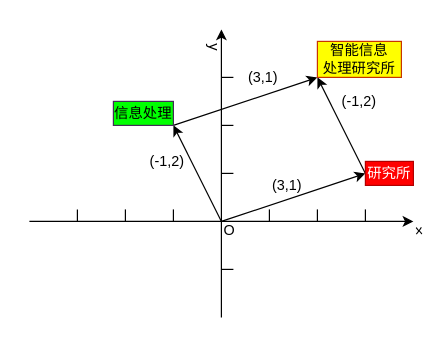
Earlier version of the draw.io diagram page "嵌入模型功能示意图" (13 of 14) of 未命名绘图.drawio (zzc-1024/alu.draw.io). Source tidied: cells renumbered, new cells numbered last; positions are measured from the earlier drawing's top-left corner, leaving out a move shared by most shapes. Both pictures are drawn from the tidied source at 120%, with x=0, y=0 at pixel (29, 29).
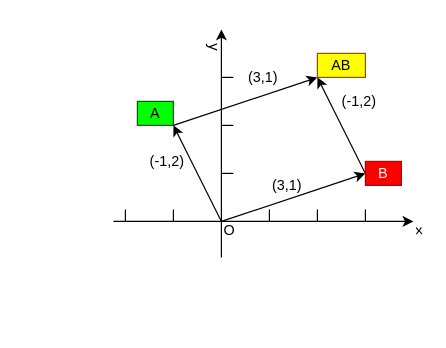
The same diagram, later.

Commit message:
更新未命名绘图.drawio

What changed in the source:
```diff
@@
     <mxCell id="2" style="endArrow=classic;html=1;rounded=0;" parent="1" edge="1">
       <mxGeometry relative="1" as="geometry">
-        <mxPoint x="160" y="240" as="sourcePoint" />
+        <mxPoint x="160" y="190" as="sourcePoint" />
         <mxPoint x="160" as="targetPoint" />
       </mxGeometry>
     </mxCell>
     <mxCell id="3" style="endArrow=classic;html=1;rounded=0;" parent="1" edge="1">
       <mxGeometry relative="1" as="geometry">
-        <mxPoint y="160" as="sourcePoint" />
+        <mxPoint x="70" y="160" as="sourcePoint" />
         <mxPoint x="320" y="160" as="targetPoint" />
       </mxGeometry>
     </mxCell>
@@
-    <mxCell id="8" style="endArrow=none;html=1;rounded=0;" parent="1" edge="1">
-      <mxGeometry relative="1" as="geometry">
-        <mxPoint x="40" y="160" as="sourcePoint" />
-        <mxPoint x="40" y="150" as="targetPoint" />
-      </mxGeometry>
-    </mxCell>
@@
-    <mxCell id="11" style="endArrow=none;html=1;rounded=0;" parent="1" edge="1">
-      <mxGeometry relative="1" as="geometry">
-        <mxPoint x="160" y="200" as="sourcePoint" />
-        <mxPoint x="170" y="200" as="targetPoint" />
-      </mxGeometry>
-    </mxCell>
@@
-    <mxCell id="25" value="信息处理" style="text;html=1;align=center;verticalAlign=middle;whiteSpace=wrap;rounded=0;fillColor=light-dark(#00ff00, #a18eb3);strokeColor=#432D57;fontColor=#000000;" parent="1" vertex="1">
-      <mxGeometry x="70" y="60" width="50" height="20" as="geometry" />
+    <mxCell id="25" value="A" style="text;html=1;align=center;verticalAlign=middle;whiteSpace=wrap;rounded=0;fillColor=light-dark(#00ff00, #a18eb3);strokeColor=#432D57;fontColor=#000000;" parent="1" vertex="1">
+      <mxGeometry x="90" y="60" width="30" height="20" as="geometry" />
     </mxCell>
-    <mxCell id="26" value="研究所" style="text;html=1;align=center;verticalAlign=middle;whiteSpace=wrap;rounded=0;fillColor=#FF0000;fontColor=#ffffff;strokeColor=#B20000;" parent="1" vertex="1">
-      <mxGeometry x="280" y="110" width="40" height="20" as="geometry" />
+    <mxCell id="26" value="B" style="text;html=1;align=center;verticalAlign=middle;whiteSpace=wrap;rounded=0;fillColor=#FF0000;fontColor=#ffffff;strokeColor=#B20000;" parent="1" vertex="1">
+      <mxGeometry x="280" y="110" width="30" height="20" as="geometry" />
     </mxCell>
-    <mxCell id="27" value="智能信息&lt;div&gt;处理研究所&lt;/div&gt;" style="text;html=1;align=center;verticalAlign=middle;whiteSpace=wrap;rounded=0;fillColor=#FFFF00;fontColor=#000000;strokeColor=#C73500;" parent="1" vertex="1">
-      <mxGeometry x="240" y="10" width="70" height="30" as="geometry" />
+    <mxCell id="27" value="AB" style="text;html=1;align=center;verticalAlign=middle;whiteSpace=wrap;rounded=0;fillColor=#FFFF00;fontColor=#000000;strokeColor=#C73500;" parent="1" vertex="1">
+      <mxGeometry x="240" y="20" width="40" height="20" as="geometry" />
     </mxCell>
```
